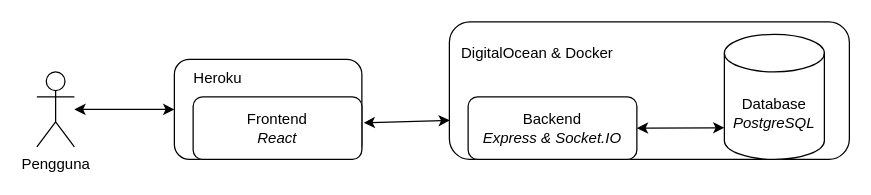
The draw.io diagram architecture.drawio in ravielze/PaimonBot-Backend, before the edit. Source tidied: cells renumbered, new cells numbered last; positions are measured from the earlier drawing's top-left corner, leaving out a move shared by most shapes. Both pictures are drawn from the tidied source at 125%, with x=0, y=0 at pixel (36, 21).
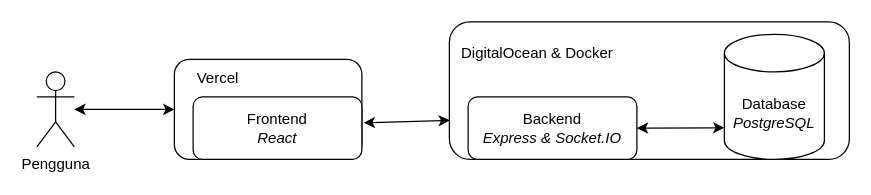
Above is the later version.

Diff of the diagram source:
```diff
@@
 <mxGraphModel>
   <root>
     <mxCell id="0" />
     <mxCell id="1" parent="0" />
     <mxCell id="2" value="Pengguna" style="shape=umlActor;verticalLabelPosition=bottom;verticalAlign=top;html=1;outlineConnect=0;fillColor=none;" parent="1" vertex="1">
       <mxGeometry y="40" width="30" height="60" as="geometry" />
     </mxCell>
     <mxCell id="3" style="group;" parent="1" vertex="1">
       <mxGeometry x="110" y="30" width="150" height="80" as="geometry" />
     </mxCell>
     <mxCell id="4" style="rounded=1;whiteSpace=wrap;html=1;" parent="3" vertex="1">
       <mxGeometry width="150" height="80" as="geometry" />
     </mxCell>
     <mxCell id="5" value="Frontend&lt;br&gt;&lt;i&gt;React&lt;/i&gt;" style="rounded=1;whiteSpace=wrap;html=1;" parent="3" vertex="1">
       <mxGeometry x="15" y="30" width="135" height="50" as="geometry" />
     </mxCell>
-    <mxCell id="6" value="Heroku" style="text;html=1;strokeColor=none;fillColor=none;align=center;verticalAlign=middle;whiteSpace=wrap;rounded=0;" parent="3" vertex="1">
+    <mxCell id="6" value="Vercel" style="text;html=1;strokeColor=none;fillColor=none;align=center;verticalAlign=middle;whiteSpace=wrap;rounded=0;" parent="3" vertex="1">
       <mxGeometry x="10" width="50" height="30" as="geometry" />
     </mxCell>
     <mxCell id="7" style="endArrow=classic;startArrow=classic;html=1;entryX=0;entryY=0.5;entryDx=0;entryDy=0;" parent="1" edge="1" source="2" target="4">
       <mxGeometry relative="1" as="geometry" />
     </mxCell>
     <mxCell id="8" style="group;" parent="1" vertex="1">
       <mxGeometry x="330" y="30" width="320" height="80" as="geometry" />
     </mxCell>
     <mxCell id="9" style="rounded=1;whiteSpace=wrap;html=1;" parent="8" vertex="1">
       <mxGeometry y="-30" width="320" height="110" as="geometry" />
     </mxCell>
     <mxCell id="10" value="Backend&lt;br&gt;&lt;i&gt;Express &amp;amp; Socket.IO&lt;/i&gt;" style="rounded=1;whiteSpace=wrap;html=1;" parent="8" vertex="1">
       <mxGeometry x="15" y="30" width="135" height="50" as="geometry" />
     </mxCell>
     <mxCell id="11" value="Database&lt;br&gt;&lt;i&gt;PostgreSQL&lt;/i&gt;" style="shape=cylinder3;whiteSpace=wrap;html=1;boundedLbl=1;backgroundOutline=1;size=15;" parent="8" vertex="1">
       <mxGeometry x="220" y="-20" width="80" height="100" as="geometry" />
     </mxCell>
     <mxCell id="12" style="endArrow=classic;startArrow=classic;html=1;exitX=1;exitY=0.5;exitDx=0;exitDy=0;entryX=0;entryY=0.747;entryDx=0;entryDy=0;entryPerimeter=0;" parent="8" edge="1" source="10" target="11">
       <mxGeometry relative="1" as="geometry" />
     </mxCell>
     <mxCell id="13" style="endArrow=classic;startArrow=classic;html=1;exitX=1.011;exitY=0.414;exitDx=0;exitDy=0;entryX=0.001;entryY=0.716;entryDx=0;entryDy=0;exitPerimeter=0;entryPerimeter=0;" parent="1" edge="1" source="5" target="9">
       <mxGeometry relative="1" as="geometry" />
     </mxCell>
     <mxCell id="14" value="DigitalOcean &amp;amp; Docker" style="text;html=1;strokeColor=none;fillColor=none;align=center;verticalAlign=middle;whiteSpace=wrap;rounded=0;" parent="1" vertex="1">
       <mxGeometry x="338" y="10" width="125" height="30" as="geometry" />
     </mxCell>
   </root>
 </mxGraphModel>
```
